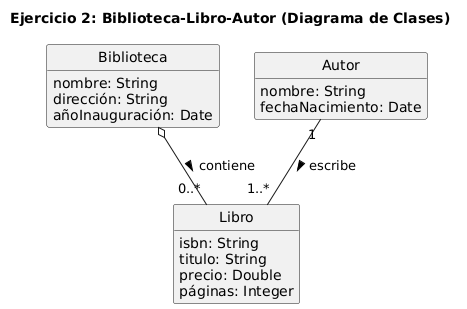
IISSI-US/web keeps this PlantUML diagram as assets/images/mc2mr/ejercicio-02-biblioteca-clases.png. Above is the earlier version.
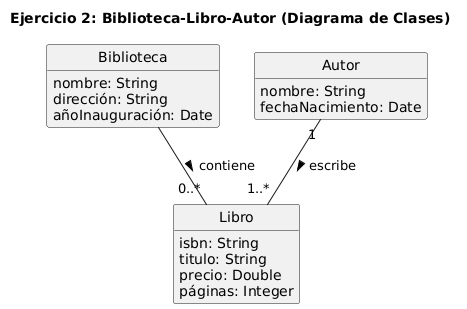
After the change.

What changed in the source:
```diff
@@ -22,6 +22,6 @@
   fechaNacimiento: Date
 }
 
-Biblioteca o-- "0..*" Libro : contiene >
+Biblioteca -- "0..*" Libro : contiene >
 Autor "1" -- "1..*" Libro : escribe >
 @enduml
```
